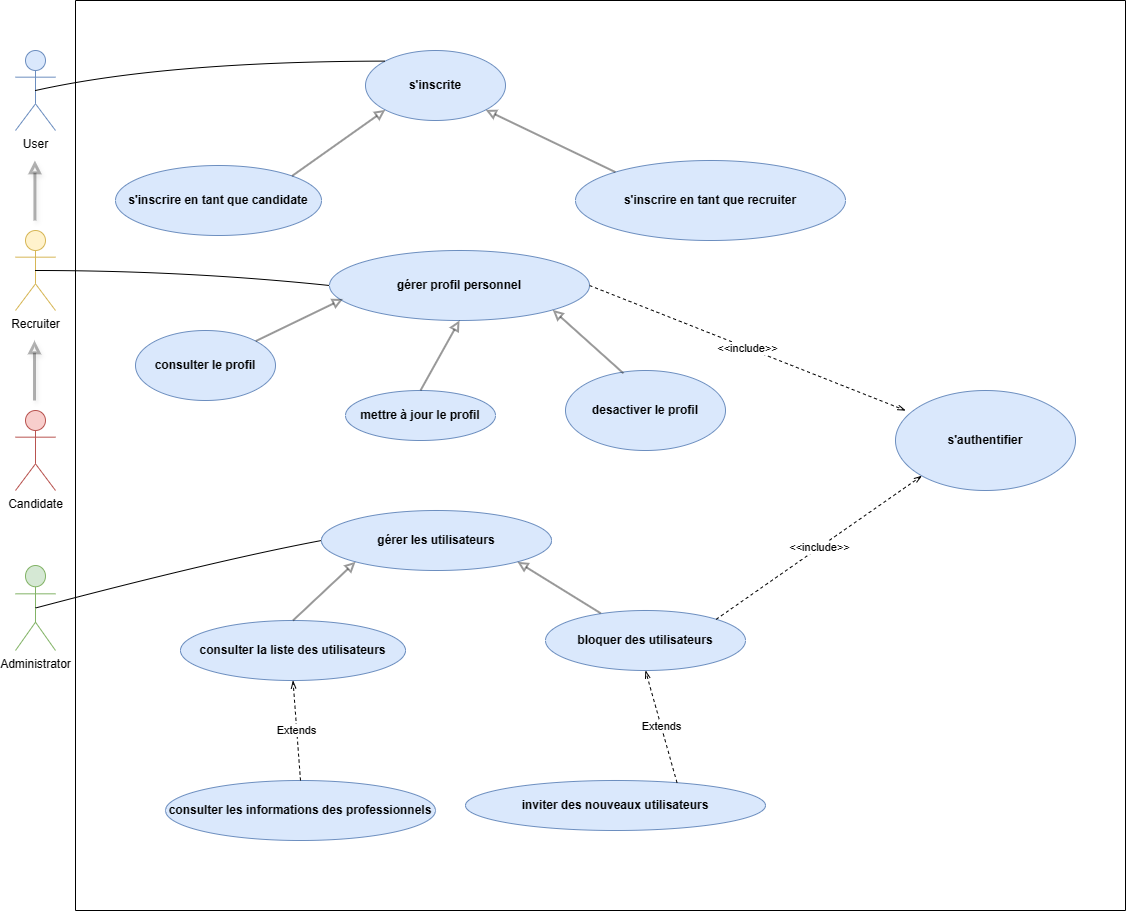
chirine1/-project keeps this draw.io diagram as Diagramme cas_utilisa_sprint1.png. Above is the earlier version. Source tidied: cells renumbered, new cells last; positions are measured from the earlier drawing's top-left corner, leaving out a move shared by most shapes.
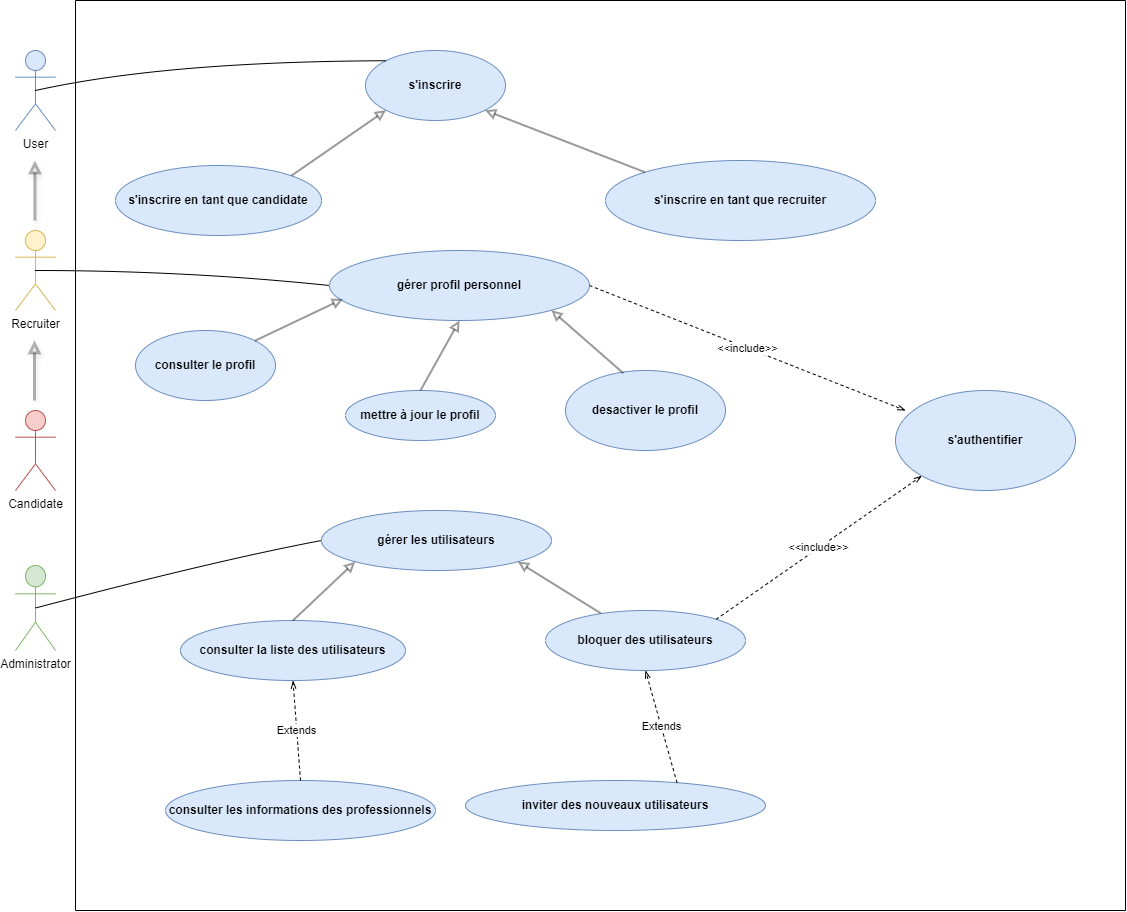
Later version of the same file.

Commit message:
Mettre à jour Diagramme cas_utilisa_sprint1.png

Diff of the diagram source:
```diff
@@ -14,7 +14,7 @@
     <mxCell id="5" value="Candidate" style="shape=umlActor;verticalLabelPosition=bottom;verticalAlign=top;html=1;fillColor=#f8cecc;strokeColor=#b85450;" parent="1" vertex="1">
       <mxGeometry y="410" width="40" height="80" as="geometry" />
     </mxCell>
-    <mxCell id="6" value="&lt;b&gt;s'inscrite&lt;/b&gt;" style="ellipse;whiteSpace=wrap;html=1;fillColor=#dae8fc;strokeColor=#6c8ebf;" parent="1" vertex="1">
+    <mxCell id="6" value="&lt;b&gt;s'inscrire&lt;/b&gt;" style="ellipse;whiteSpace=wrap;html=1;fillColor=#dae8fc;strokeColor=#6c8ebf;" parent="1" vertex="1">
       <mxGeometry x="350" y="50" width="140" height="70" as="geometry" />
     </mxCell>
     <mxCell id="7" value="&lt;b&gt;s'inscrire en tant que candidate&lt;/b&gt;" style="ellipse;whiteSpace=wrap;html=1;fillColor=#dae8fc;strokeColor=#6c8ebf;" parent="1" vertex="1">
@@ -24,7 +24,7 @@
       <mxGeometry x="314" y="250" width="260" height="70" as="geometry" />
     </mxCell>
     <mxCell id="9" value="&lt;b&gt;s'inscrire en tant que recruiter&lt;/b&gt;" style="ellipse;whiteSpace=wrap;html=1;fillColor=#dae8fc;strokeColor=#6c8ebf;" parent="1" vertex="1">
-      <mxGeometry x="560" y="160" width="270" height="80" as="geometry" />
+      <mxGeometry x="590" y="160" width="270" height="80" as="geometry" />
     </mxCell>
     <mxCell id="10" value="&lt;b&gt;mettre à jour le profil&lt;/b&gt;" style="ellipse;whiteSpace=wrap;html=1;fillColor=#dae8fc;strokeColor=#6c8ebf;" parent="1" vertex="1">
       <mxGeometry x="330" y="390" width="150" height="50" as="geometry" />
```
